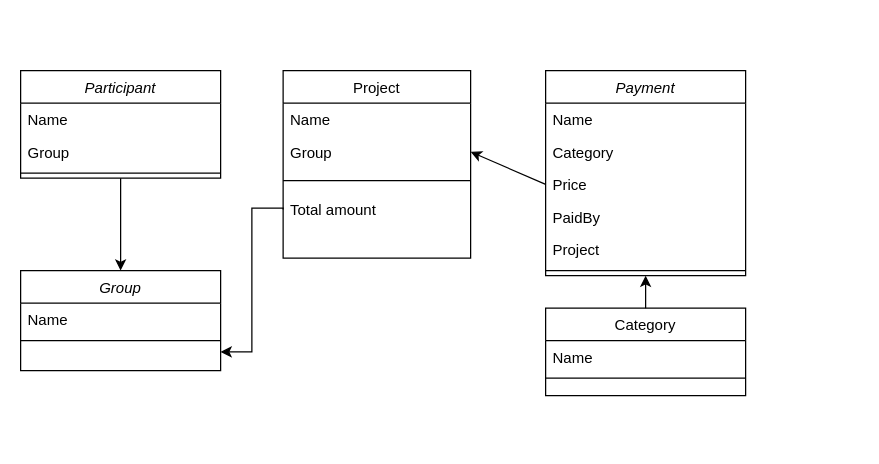
The draw.io diagram Untitled Diagram.drawio in shayaf/my_little_warikan_kakeibo_API, before the edit. Source tidied: cells renumbered, new cells numbered last; positions are measured from the earlier drawing's top-left corner, leaving out a move shared by most shapes. Both pictures are drawn from the tidied source at 125%, with x=0, y=0 at pixel (20, 70).
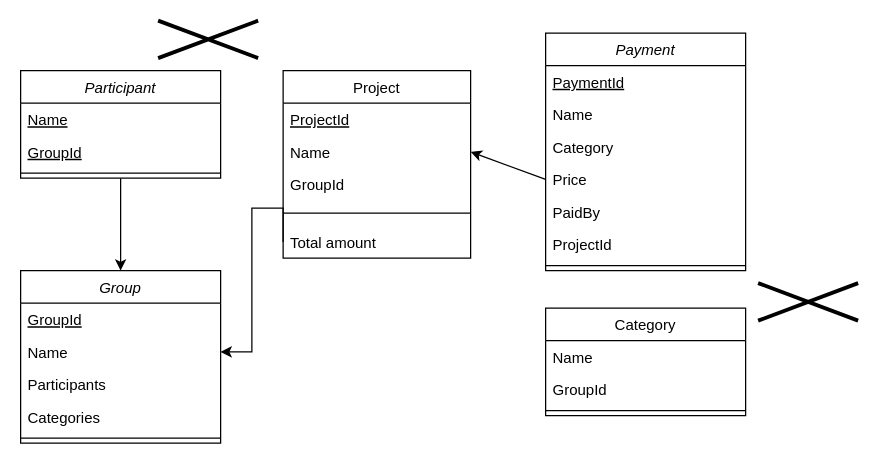
Above is the later version.

The change refers to these unchanged cells:
```xml
<mxCell id="3" value="Participant" style="swimlane;fontStyle=2;align=center;verticalAlign=top;horizontal=1;startSize=26;rounded=0;shadow=0;strokeWidth=1;" parent="1" vertex="1">
  <mxGeometry width="160" height="86" as="geometry" />
</mxCell>
<mxCell id="7" value="Project" style="swimlane;fontStyle=0;align=center;verticalAlign=top;horizontal=1;startSize=26;rounded=0;shadow=0;strokeWidth=1;" parent="1" vertex="1">
  <mxGeometry x="210" width="150" height="150" as="geometry" />
</mxCell>
```

Change to the diagram source:
```diff
@@
-    <mxCell id="4" value="Name" style="text;align=left;verticalAlign=top;spacingLeft=4;spacingRight=4;overflow=hidden;" parent="3" vertex="1">
+    <mxCell id="4" value="Name" style="text;align=left;verticalAlign=top;spacingLeft=4;spacingRight=4;overflow=hidden;fontStyle=4;" parent="3" vertex="1">
       <mxGeometry y="26" width="160" height="26" as="geometry" />
     </mxCell>
-    <mxCell id="5" value="Group" style="text;align=left;verticalAlign=top;spacingLeft=4;spacingRight=4;overflow=hidden;" parent="3" vertex="1">
+    <mxCell id="5" value="GroupId" style="text;align=left;verticalAlign=top;spacingLeft=4;spacingRight=4;overflow=hidden;fontStyle=4;" parent="3" vertex="1">
       <mxGeometry y="52" width="160" height="26" as="geometry" />
     </mxCell>
@@
+    <mxCell id="28" value="ProjectId" style="text;align=left;verticalAlign=top;spacingLeft=4;spacingRight=4;overflow=hidden;fontStyle=4;" parent="7" vertex="1">
+      <mxGeometry y="26" width="150" height="26" as="geometry" />
+    </mxCell>
     <mxCell id="8" value="Name" style="text;align=left;verticalAlign=top;spacingLeft=4;spacingRight=4;overflow=hidden;" parent="7" vertex="1">
-      <mxGeometry y="26" width="150" height="26" as="geometry" />
+      <mxGeometry y="52" width="150" height="26" as="geometry" />
     </mxCell>
-    <mxCell id="9" value="Group" style="text;align=left;verticalAlign=top;spacingLeft=4;spacingRight=4;overflow=hidden;rounded=0;shadow=0;html=0;" parent="7" vertex="1">
-      <mxGeometry y="52" width="150" height="26" as="geometry" />
+    <mxCell id="9" value="GroupId" style="text;align=left;verticalAlign=top;spacingLeft=4;spacingRight=4;overflow=hidden;rounded=0;shadow=0;html=0;" parent="7" vertex="1">
+      <mxGeometry y="78" width="150" height="26" as="geometry" />
     </mxCell>
     <mxCell id="10" style="line;html=1;strokeWidth=1;align=left;verticalAlign=middle;spacingTop=-1;spacingLeft=3;spacingRight=3;labelPosition=right;" parent="7" vertex="1">
-      <mxGeometry y="78" width="150" height="20" as="geometry" />
+      <mxGeometry y="104" width="150" height="20" as="geometry" />
     </mxCell>
     <mxCell id="11" value="Total amount" style="text;align=left;verticalAlign=top;spacingLeft=4;spacingRight=4;overflow=hidden;points=[[0,0.5],[1,0.5]];portConstraint=eastwest;rounded=0;shadow=0;html=0;" parent="7" vertex="1">
-      <mxGeometry y="98" width="150" height="26" as="geometry" />
+      <mxGeometry y="124" width="150" height="26" as="geometry" />
     </mxCell>
     <mxCell id="12" value="Category" style="swimlane;fontStyle=0;align=center;verticalAlign=top;horizontal=1;startSize=26;rounded=0;shadow=0;strokeWidth=1;" parent="1" vertex="1">
-      <mxGeometry x="420" y="190" width="160" height="70" as="geometry" />
+      <mxGeometry x="420" y="190" width="160" height="86" as="geometry" />
     </mxCell>
@@
+    <mxCell id="29" value="GroupId" style="text;align=left;verticalAlign=top;spacingLeft=4;spacingRight=4;overflow=hidden;" parent="12" vertex="1">
+      <mxGeometry y="52" width="160" height="26" as="geometry" />
+    </mxCell>
     <mxCell id="14" style="line;html=1;strokeWidth=1;align=left;verticalAlign=middle;spacingTop=-1;spacingLeft=3;spacingRight=3;labelPosition=right;" parent="12" vertex="1">
-      <mxGeometry y="52" width="160" height="8" as="geometry" />
+      <mxGeometry y="78" width="160" height="8" as="geometry" />
     </mxCell>
     <mxCell id="15" value="Payment" style="swimlane;fontStyle=2;align=center;verticalAlign=top;horizontal=1;startSize=26;rounded=0;shadow=0;strokeWidth=1;" parent="1" vertex="1">
-      <mxGeometry x="420" width="160" height="164" as="geometry" />
+      <mxGeometry x="420" y="-30" width="160" height="190" as="geometry" />
     </mxCell>
+    <mxCell id="30" value="PaymentId" style="text;align=left;verticalAlign=top;spacingLeft=4;spacingRight=4;overflow=hidden;fontStyle=4;" parent="15" vertex="1">
+      <mxGeometry y="26" width="160" height="26" as="geometry" />
+    </mxCell>
     <mxCell id="16" value="Name" style="text;align=left;verticalAlign=top;spacingLeft=4;spacingRight=4;overflow=hidden;" parent="15" vertex="1">
-      <mxGeometry y="26" width="160" height="26" as="geometry" />
+      <mxGeometry y="52" width="160" height="26" as="geometry" />
     </mxCell>
     <mxCell id="17" value="Category" style="text;align=left;verticalAlign=top;spacingLeft=4;spacingRight=4;overflow=hidden;" parent="15" vertex="1">
-      <mxGeometry y="52" width="160" height="26" as="geometry" />
+      <mxGeometry y="78" width="160" height="26" as="geometry" />
     </mxCell>
     <mxCell id="18" value="Price" style="text;align=left;verticalAlign=top;spacingLeft=4;spacingRight=4;overflow=hidden;points=[[0,0.5],[1,0.5]];portConstraint=eastwest;" parent="15" vertex="1">
-      <mxGeometry y="78" width="160" height="26" as="geometry" />
+      <mxGeometry y="104" width="160" height="26" as="geometry" />
     </mxCell>
     <mxCell id="19" value="PaidBy" style="text;align=left;verticalAlign=top;spacingLeft=4;spacingRight=4;overflow=hidden;" parent="15" vertex="1">
-      <mxGeometry y="104" width="160" height="26" as="geometry" />
+      <mxGeometry y="130" width="160" height="26" as="geometry" />
     </mxCell>
-    <mxCell id="20" value="Project" style="text;align=left;verticalAlign=top;spacingLeft=4;spacingRight=4;overflow=hidden;" parent="15" vertex="1">
-      <mxGeometry y="130" width="160" height="26" as="geometry" />
+    <mxCell id="20" value="ProjectId" style="text;align=left;verticalAlign=top;spacingLeft=4;spacingRight=4;overflow=hidden;" parent="15" vertex="1">
+      <mxGeometry y="156" width="160" height="26" as="geometry" />
     </mxCell>
     <mxCell id="21" style="line;html=1;strokeWidth=1;align=left;verticalAlign=middle;spacingTop=-1;spacingLeft=3;spacingRight=3;labelPosition=right;" parent="15" vertex="1">
-      <mxGeometry y="156" width="160" height="8" as="geometry" />
+      <mxGeometry y="182" width="160" height="8" as="geometry" />
     </mxCell>
@@
     <mxCell id="24" value="Group" style="swimlane;fontStyle=2;align=center;verticalAlign=top;horizontal=1;startSize=26;rounded=0;shadow=0;strokeWidth=1;" parent="1" vertex="1">
-      <mxGeometry y="160" width="160" height="80" as="geometry" />
+      <mxGeometry y="160" width="160" height="138" as="geometry" />
     </mxCell>
+    <mxCell id="31" value="GroupId" style="text;align=left;verticalAlign=top;spacingLeft=4;spacingRight=4;overflow=hidden;fontStyle=4;" parent="24" vertex="1">
+      <mxGeometry y="26" width="160" height="26" as="geometry" />
+    </mxCell>
     <mxCell id="25" value="Name" style="text;align=left;verticalAlign=top;spacingLeft=4;spacingRight=4;overflow=hidden;" parent="24" vertex="1">
-      <mxGeometry y="26" width="160" height="26" as="geometry" />
+      <mxGeometry y="52" width="160" height="26" as="geometry" />
     </mxCell>
+    <mxCell id="32" value="Participants" style="text;align=left;verticalAlign=top;spacingLeft=4;spacingRight=4;overflow=hidden;" parent="24" vertex="1">
+      <mxGeometry y="78" width="160" height="26" as="geometry" />
+    </mxCell>
+    <mxCell id="33" value="Categories" style="text;align=left;verticalAlign=top;spacingLeft=4;spacingRight=4;overflow=hidden;" parent="24" vertex="1">
+      <mxGeometry y="104" width="160" height="26" as="geometry" />
+    </mxCell>
     <mxCell id="26" style="line;html=1;strokeWidth=1;align=left;verticalAlign=middle;spacingTop=-1;spacingLeft=3;spacingRight=3;labelPosition=right;" parent="24" vertex="1">
-      <mxGeometry y="52" width="160" height="8" as="geometry" />
+      <mxGeometry y="130" width="160" height="8" as="geometry" />
     </mxCell>
@@
+    <mxCell id="34" style="shape=umlDestroy;whiteSpace=wrap;html=1;strokeWidth=3;" parent="1" vertex="1">
+      <mxGeometry x="110" y="-40" width="80" height="30" as="geometry" />
+    </mxCell>
+    <mxCell id="35" style="shape=umlDestroy;whiteSpace=wrap;html=1;strokeWidth=3;" parent="1" vertex="1">
+      <mxGeometry x="590" y="170" width="80" height="30" as="geometry" />
+    </mxCell>
```
